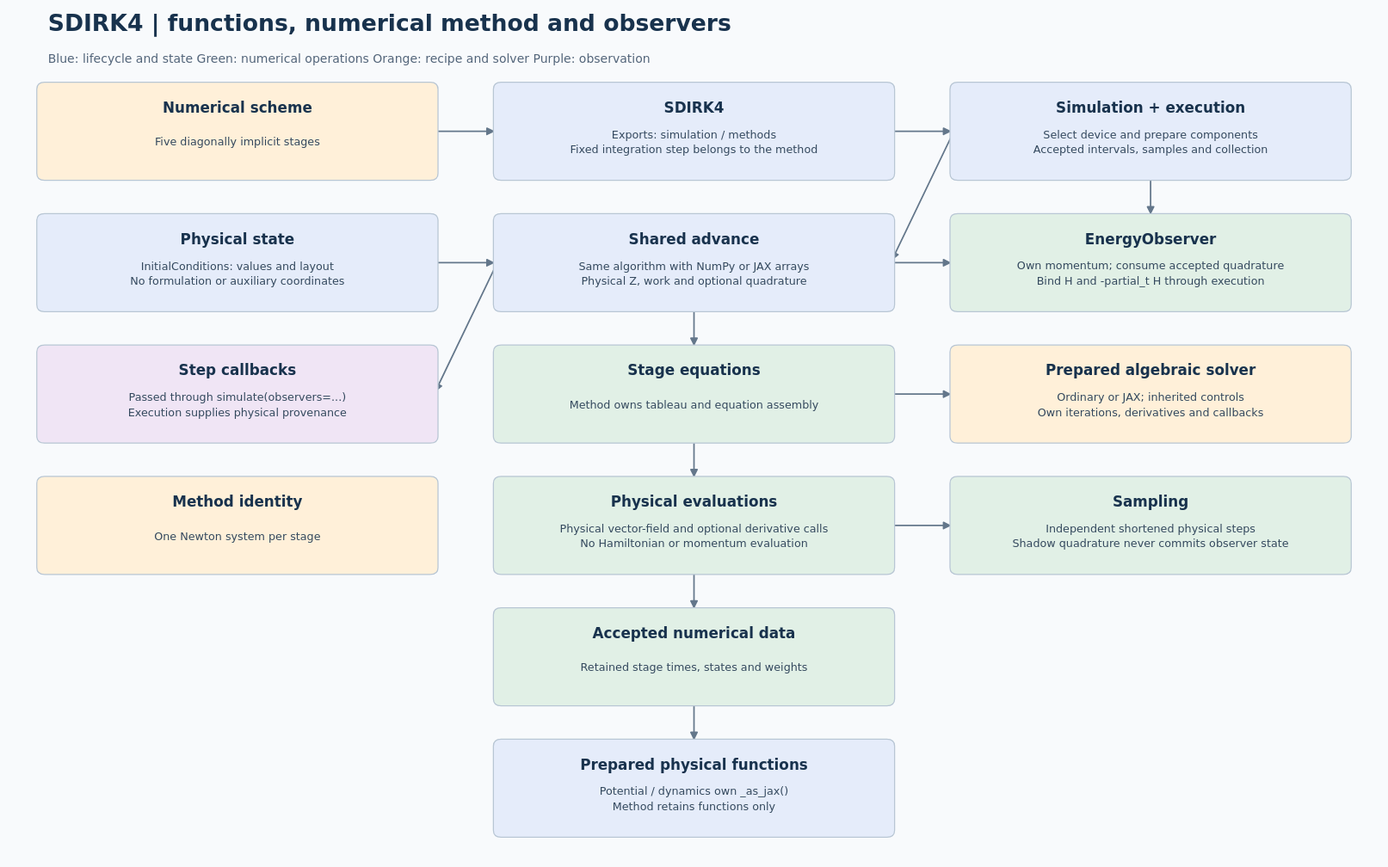
Above: docs/models/sdirk4/simulation/sdirk4-simulation-architecture.svg in Jugibe-52/GC2D_intranet (PlantUML), before the change. Its source is kept beside it as docs/models/sdirk4/simulation/sdirk4-simulation-architecture.puml.
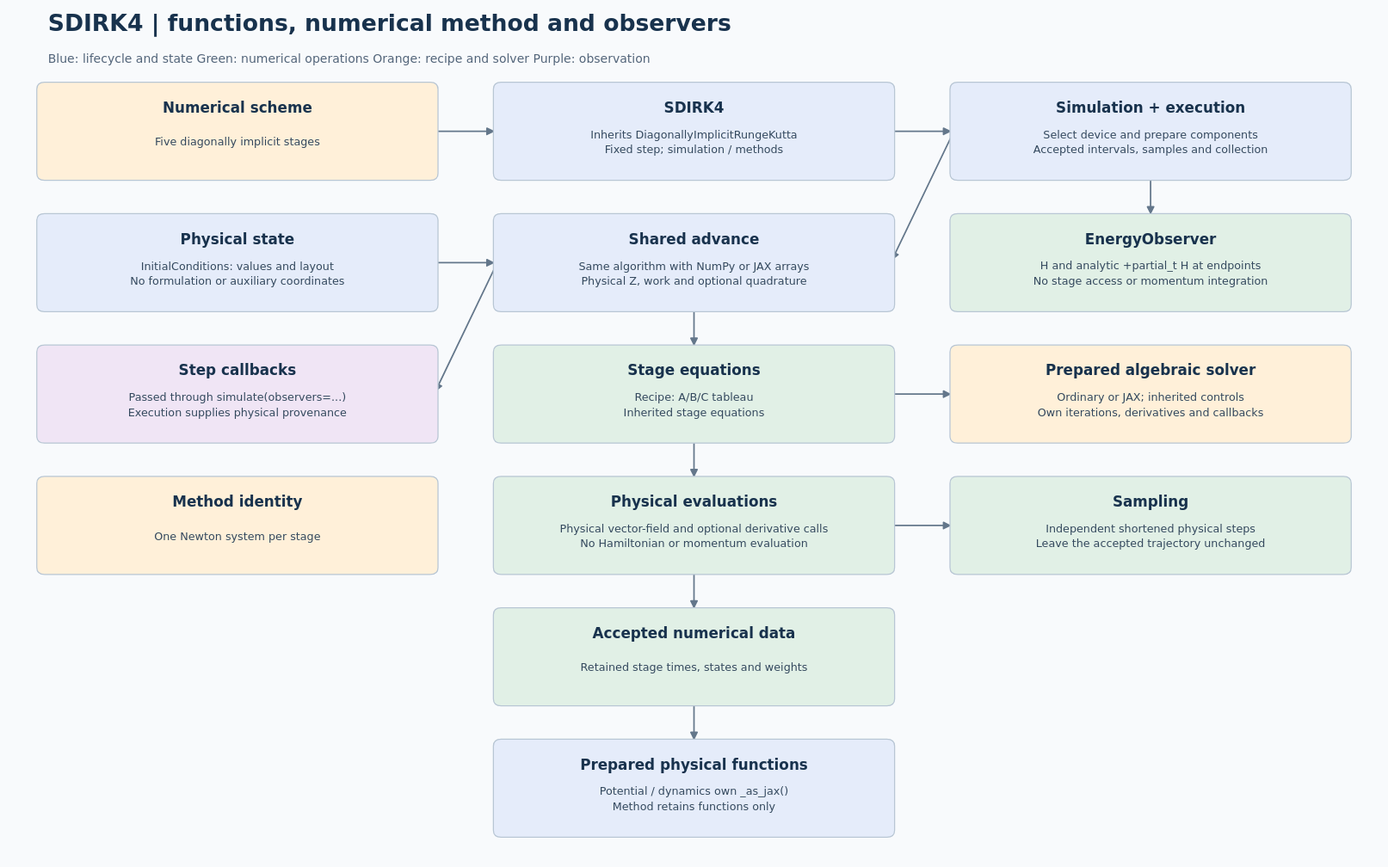
After the commit.

What changed in the source:
```diff
@@ -3,17 +3,17 @@
   graph [rankdir=TB, bgcolor="#f8fafc"];
   node [shape=box, style="rounded,filled", fontname="DejaVu Sans"];
   recipe [label="Numerical scheme\nFive diagonally implicit stages", fillcolor="#fff0d9"];
-  method [label="SDIRK4\nExports: simulation / methods\nFixed integration step belongs to the method", fillcolor="#e5ecfa"];
+  method [label="SDIRK4\nInherits DiagonallyImplicitRungeKutta\nFixed step; simulation / methods", fillcolor="#e5ecfa"];
   driver [label="Simulation + execution\nSelect device and prepare components\nAccepted intervals, samples and collection", fillcolor="#e5ecfa"];
   state [label="Physical state\nInitialConditions: values and layout\nNo formulation or auxiliary coordinates", fillcolor="#e5ecfa"];
   advance [label="Shared advance\nSame algorithm with NumPy or JAX arrays\nPhysical Z, work and optional quadrature", fillcolor="#e5ecfa"];
-  energy [label="EnergyObserver\nOwn momentum; consume accepted quadrature\nBind H and -partial_t H through execution", fillcolor="#e1f0e6"];
+  energy [label="EnergyObserver\nH and analytic +partial_t H at endpoints\nNo stage access or momentum integration", fillcolor="#e1f0e6"];
   observe [label="Step callbacks\nPassed through simulate(observers=...)\nExecution supplies physical provenance", fillcolor="#f0e5f5"];
-  projection [label="Stage equations\nMethod owns tableau and equation assembly", fillcolor="#e1f0e6"];
+  projection [label="Stage equations\nRecipe: A/B/C tableau\nInherited stage equations", fillcolor="#e1f0e6"];
   solver [label="Prepared algebraic solver\nOrdinary or JAX; inherited controls\nOwn iterations, derivatives and callbacks", fillcolor="#fff0d9"];
   placement [label="Method identity\nOne Newton system per stage", fillcolor="#fff0d9"];
   compose [label="Physical evaluations\nPhysical vector-field and optional derivative calls\nNo Hamiltonian or momentum evaluation", fillcolor="#e1f0e6"];
-  tangent [label="Sampling\nIndependent shortened physical steps\nShadow quadrature never commits observer state", fillcolor="#e1f0e6"];
+  tangent [label="Sampling\nIndependent shortened physical steps\nLeave the accepted trajectory unchanged", fillcolor="#e1f0e6"];
   maps [label="Accepted numerical data\nRetained stage times, states and weights", fillcolor="#e1f0e6"];
   dynamics [label="Prepared physical functions\nPotential / dynamics own _as_jax()\nMethod retains functions only", fillcolor="#e5ecfa"];
   recipe -> method;
@@ -22,7 +22,6 @@
   state -> advance;
   advance -> projection;
   driver -> energy;
-  advance -> energy;
   advance -> observe;
   projection -> compose;
   projection -> solver;
```
